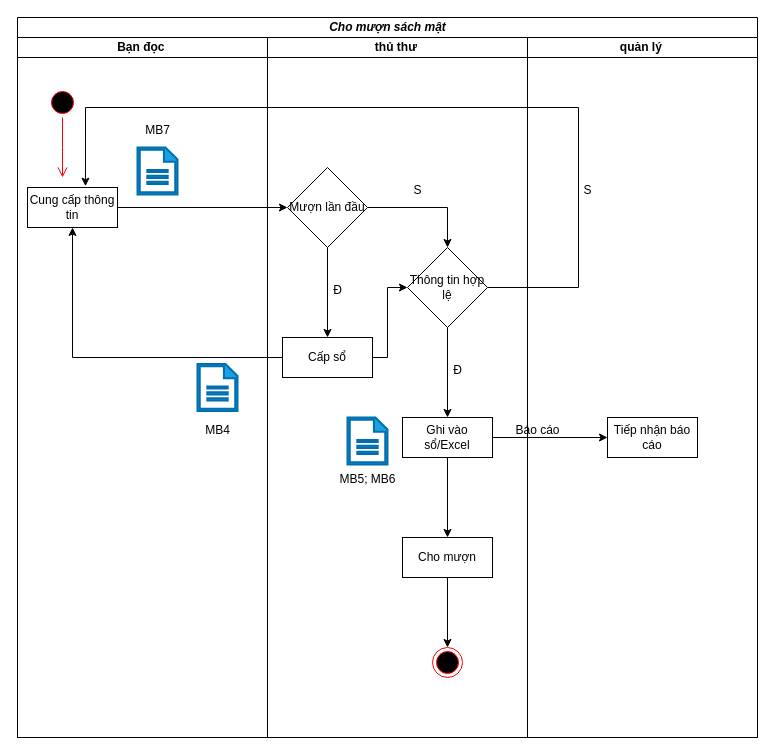
The draw.io diagram page "Cho mượn sách mật" (4 of 11) of bài tap lớn/Biểu đồ hoạt động.drawio in vqh17062001/PTTKHT, before the edit. Source tidied: cells renumbered, new cells numbered last; positions are measured from the earlier drawing's top-left corner, leaving out a move shared by most shapes. Both pictures are drawn from the tidied source at 100%, with x=0, y=0 at pixel (17, 17).
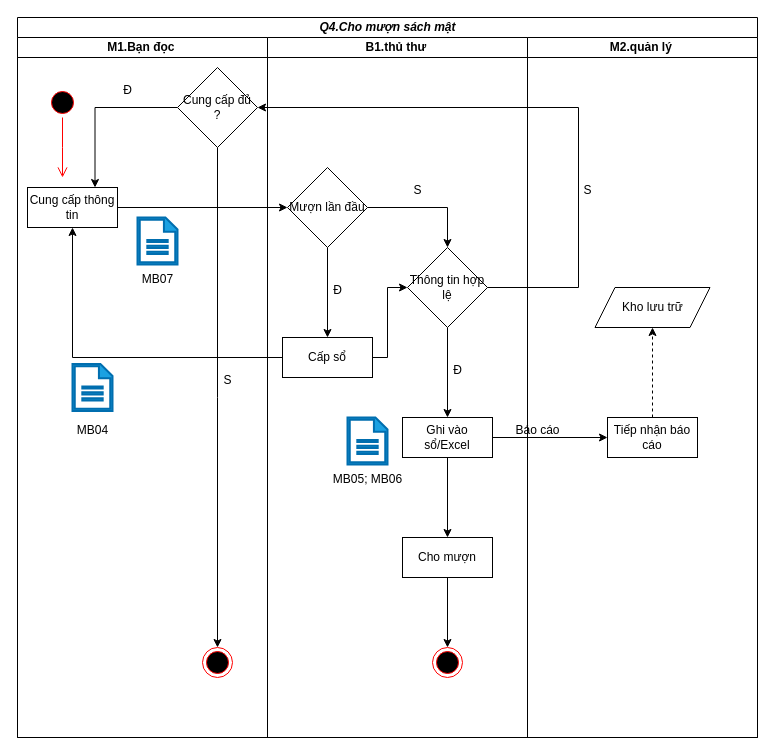
The same diagram, later.

The change refers to these unchanged cells:
```xml
<mxCell id="6" value="Cung cấp thông tin" style="rounded=0;whiteSpace=wrap;html=1;" parent="3" vertex="1">
  <mxGeometry x="10" y="150" width="90" height="40" as="geometry" />
</mxCell>
<mxCell id="20" value="Thông tin hợp lệ" style="rhombus;whiteSpace=wrap;html=1;" parent="9" vertex="1">
  <mxGeometry x="140" y="210" width="80" height="80" as="geometry" />
</mxCell>
<mxCell id="25" value="Tiếp nhận báo cáo" style="rounded=0;whiteSpace=wrap;html=1;" parent="24" vertex="1">
  <mxGeometry x="80" y="380" width="90" height="40" as="geometry" />
</mxCell>
```

The edit, as a diff of the source:
```diff
@@
-    <mxCell id="2" value="&lt;b&gt;&lt;i&gt;Cho mượn sách mật&lt;/i&gt;&lt;/b&gt;" style="swimlane;startSize=20;html=1;" parent="1" vertex="1">
+    <mxCell id="2" value="&lt;b&gt;&lt;i&gt;Q4.Cho mượn sách mật&lt;/i&gt;&lt;/b&gt;" style="swimlane;startSize=20;html=1;" parent="1" vertex="1">
       <mxGeometry width="740" height="720" as="geometry" />
     </mxCell>
-    <mxCell id="3" value="&lt;b&gt;Bạn đọc&amp;nbsp;&lt;/b&gt;" style="swimlane;startSize=20;html=1;" parent="2" vertex="1">
+    <mxCell id="3" value="&lt;b&gt;M1.Bạn đọc&amp;nbsp;&lt;/b&gt;" style="swimlane;startSize=20;html=1;" parent="2" vertex="1">
       <mxGeometry y="20" width="250" height="700" as="geometry" />
     </mxCell>
@@
     <mxCell id="7" style="sketch=0;shadow=0;html=1;strokeColor=#006EAF;fillColor=#1ba1e2;labelPosition=center;verticalLabelPosition=bottom;verticalAlign=top;align=center;shape=mxgraph.office.concepts.document;fontColor=#ffffff;strokeWidth=2;" parent="3" vertex="1">
-      <mxGeometry x="120" y="110" width="40" height="47" as="geometry" />
+      <mxGeometry x="120" y="180" width="40" height="47" as="geometry" />
     </mxCell>
+    <mxCell id="36" value="MB07" style="text;html=1;align=center;verticalAlign=middle;strokeColor=none;fillColor=none;" parent="3" vertex="1">
+      <mxGeometry x="115" y="227" width="50" height="30" as="geometry" />
+    </mxCell>
     <mxCell id="8" style="sketch=0;shadow=0;html=1;strokeColor=#006EAF;fillColor=#1ba1e2;labelPosition=center;verticalLabelPosition=bottom;verticalAlign=top;align=center;shape=mxgraph.office.concepts.document;fontColor=#ffffff;strokeWidth=2;" parent="3" vertex="1">
-      <mxGeometry x="180" y="326.5" width="40" height="47" as="geometry" />
+      <mxGeometry x="55" y="326.5" width="40" height="47" as="geometry" />
     </mxCell>
+    <mxCell id="35" value="MB04" style="text;html=1;align=center;verticalAlign=middle;strokeColor=none;fillColor=none;" parent="3" vertex="1">
+      <mxGeometry x="50" y="378" width="50" height="30" as="geometry" />
+    </mxCell>
+    <mxCell id="37" style="edgeStyle=orthogonalEdgeStyle;rounded=0;jettySize=auto;html=1;entryX=0.75;entryY=0;entryDx=0;entryDy=0;" parent="3" edge="1" source="39" target="6">
+      <mxGeometry relative="1" as="geometry" />
+    </mxCell>
+    <mxCell id="38" style="edgeStyle=orthogonalEdgeStyle;rounded=0;jettySize=auto;html=1;" parent="3" edge="1" source="39">
+      <mxGeometry relative="1" as="geometry">
+        <mxPoint x="200" y="610" as="targetPoint" />
+      </mxGeometry>
+    </mxCell>
+    <mxCell id="39" value="Cung cấp đủ ?" style="rhombus;whiteSpace=wrap;html=1;" parent="3" vertex="1">
+      <mxGeometry x="160" y="30" width="80" height="80" as="geometry" />
+    </mxCell>
+    <mxCell id="40" style="ellipse;html=1;shape=endState;fillColor=#000000;strokeColor=#ff0000;" parent="3" vertex="1">
+      <mxGeometry x="185" y="610" width="30" height="30" as="geometry" />
+    </mxCell>
-    <mxCell id="9" value="&lt;b&gt;thủ thư&amp;nbsp;&lt;/b&gt;" style="swimlane;startSize=20;html=1;" parent="2" vertex="1">
+    <mxCell id="9" value="&lt;b&gt;B1.thủ thư&amp;nbsp;&lt;/b&gt;" style="swimlane;startSize=20;html=1;" parent="2" vertex="1">
       <mxGeometry x="250" y="20" width="260" height="700" as="geometry" />
     </mxCell>
@@
-    <mxCell id="23" value="MB5; MB6" style="text;html=1;align=center;verticalAlign=middle;strokeColor=none;fillColor=none;" parent="9" vertex="1">
-      <mxGeometry x="60" y="427" width="80" height="30" as="geometry" />
+    <mxCell id="23" value="MB05; MB06" style="text;html=1;align=center;verticalAlign=middle;strokeColor=none;fillColor=none;" parent="9" vertex="1">
+      <mxGeometry x="55" y="427" width="90" height="30" as="geometry" />
     </mxCell>
-    <mxCell id="24" value="&lt;b&gt;quản lý&amp;nbsp;&lt;/b&gt;" style="swimlane;startSize=20;html=1;" parent="2" vertex="1">
+    <mxCell id="24" value="&lt;b&gt;M2.quản lý&amp;nbsp;&lt;/b&gt;" style="swimlane;startSize=20;html=1;" parent="2" vertex="1">
       <mxGeometry x="510" y="20" width="230" height="700" as="geometry" />
     </mxCell>
+    <mxCell id="41" style="edgeStyle=orthogonalEdgeStyle;rounded=0;jettySize=auto;html=1;entryX=0.5;entryY=1;entryDx=0;entryDy=0;dashed=1;" parent="24" edge="1" source="25" target="42">
+      <mxGeometry relative="1" as="geometry" />
+    </mxCell>
@@
+    <mxCell id="42" value="Kho lưu trữ" style="shape=parallelogram;perimeter=parallelogramPerimeter;whiteSpace=wrap;html=1;fixedSize=1;" parent="24" vertex="1">
+      <mxGeometry x="67.5" y="250" width="115" height="40" as="geometry" />
+    </mxCell>
@@
-    <mxCell id="29" style="edgeStyle=orthogonalEdgeStyle;rounded=0;jettySize=auto;html=1;entryX=0.644;entryY=-0.033;entryDx=0;entryDy=0;entryPerimeter=0;" parent="2" edge="1" source="20" target="6">
+    <mxCell id="29" style="edgeStyle=orthogonalEdgeStyle;rounded=0;jettySize=auto;html=1;entryX=1;entryY=0.5;entryDx=0;entryDy=0;" parent="2" edge="1" source="20" target="39">
       <mxGeometry relative="1" as="geometry">
         <Array as="points">
           <mxPoint x="561" y="270" />
           <mxPoint x="561" y="90" />
-          <mxPoint x="68" y="90" />
         </Array>
       </mxGeometry>
     </mxCell>
@@
-    <mxCell id="35" value="MB4" style="text;html=1;align=center;verticalAlign=middle;strokeColor=none;fillColor=none;" parent="1" vertex="1">
-      <mxGeometry x="175" y="398" width="50" height="30" as="geometry" />
-    </mxCell>
-    <mxCell id="36" value="MB7" style="text;html=1;align=center;verticalAlign=middle;strokeColor=none;fillColor=none;" parent="1" vertex="1">
-      <mxGeometry x="115" y="98" width="50" height="30" as="geometry" />
-    </mxCell>
+    <mxCell id="43" value="Đ" style="text;html=1;align=center;verticalAlign=middle;strokeColor=none;fillColor=none;" parent="1" vertex="1">
+      <mxGeometry x="95" y="58" width="30" height="30" as="geometry" />
+    </mxCell>
+    <mxCell id="44" value="S" style="text;html=1;align=center;verticalAlign=middle;strokeColor=none;fillColor=none;" parent="1" vertex="1">
+      <mxGeometry x="195" y="348" width="30" height="30" as="geometry" />
+    </mxCell>
```
